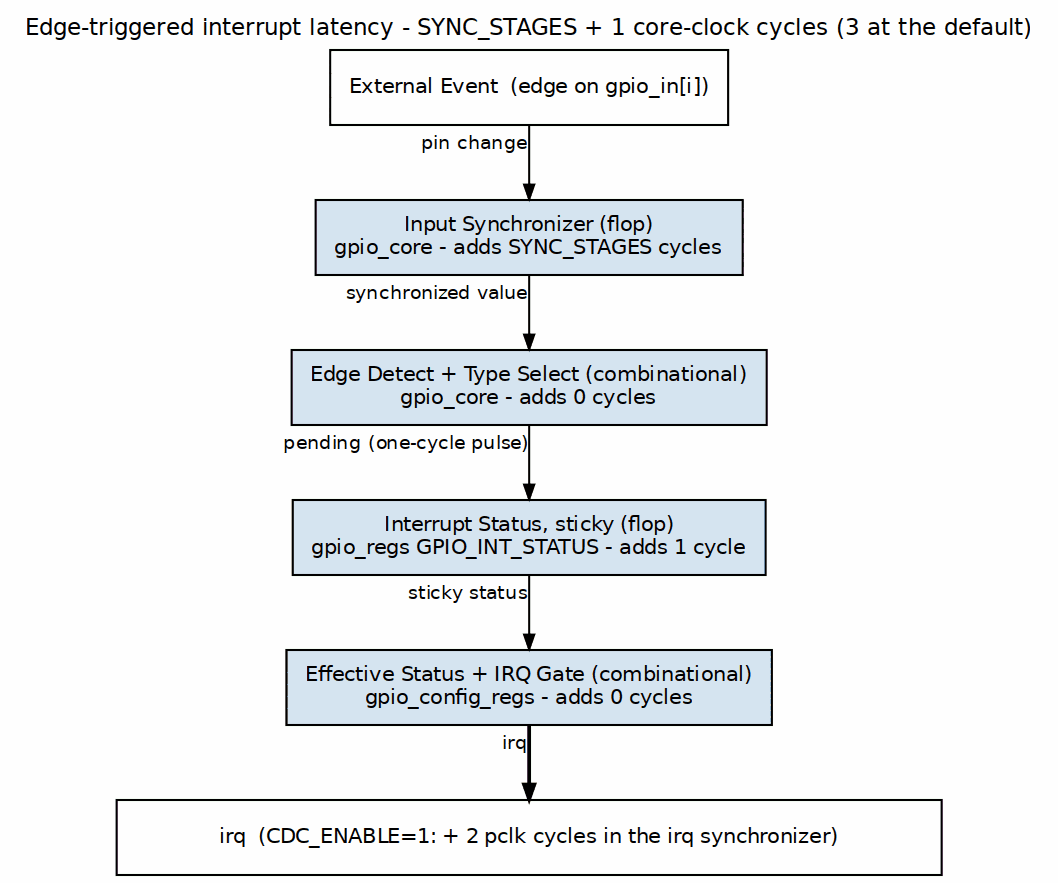
sean-galloway/RTLDesignSherpa keeps this Graphviz diagram as projects/components/legacy-ip/retro_legacy_blocks/docs/gpio_mas/assets/graphviz/gpio_irq_latency_edge.png. Above is the earlier version. Its source is kept beside it as projects/components/legacy-ip/retro_legacy_blocks/docs/gpio_mas/assets/graphviz/gpio_irq_latency_edge.dot.
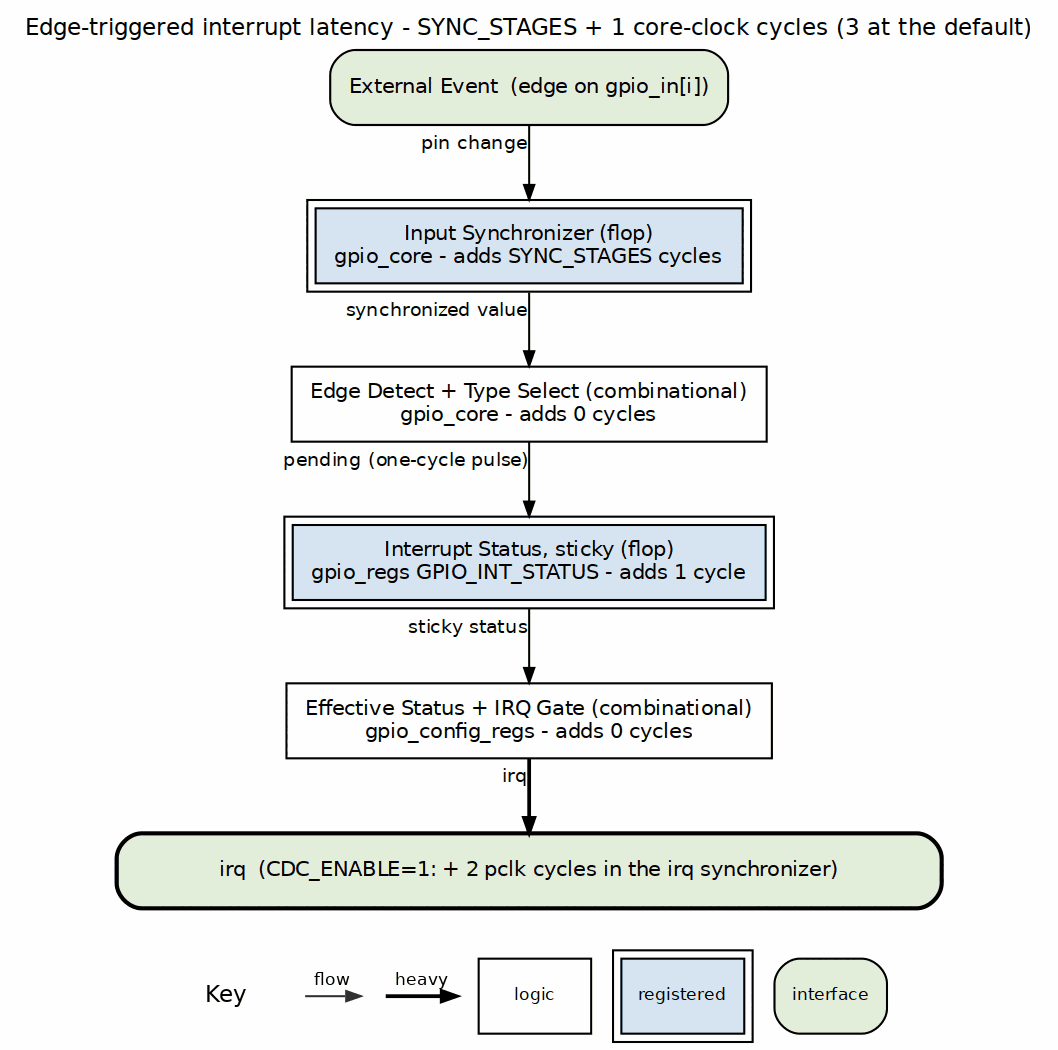
After the change.

The edit, as a diff of the source:
```diff
@@ -3,14 +3,14 @@
            nodesep="0.45", ranksep="0.50", splines=ortho, newrank=true,
            labelloc=t, labeljust=c, label="Edge-triggered interrupt latency - SYNC_STAGES + 1 core-clock cycles (3 at the default)"];
     node  [fontname="Helvetica", fontsize=10, shape=box, style=filled,
-           fillcolor="#D6E4F0", color="black", margin="0.12,0.06"];
+           fillcolor="white", color="black", margin="0.12,0.06"];
     edge  [fontname="Helvetica", fontsize=9, color="black", arrowsize=0.7];
-    pin [label="External Event  (edge on gpio_in[i])", fillcolor="white"];
-    syn [label="Input Synchronizer (flop)\ngpio_core - adds SYNC_STAGES cycles"];
-    det [label="Edge Detect + Type Select (combinational)\ngpio_core - adds 0 cycles"];
-    sts [label="Interrupt Status, sticky (flop)\ngpio_regs GPIO_INT_STATUS - adds 1 cycle"];
-    agg [label="Effective Status + IRQ Gate (combinational)\ngpio_config_regs - adds 0 cycles"];
-    bar [label="irq  (CDC_ENABLE=1: + 2 pclk cycles in the irq synchronizer)", fillcolor="white", width=5.5];
+    pin [label="External Event  (edge on gpio_in[i])", fillcolor="white", style="rounded,filled", fillcolor="#E2EFDA"];
+    syn [label="Input Synchronizer (flop)\ngpio_core - adds SYNC_STAGES cycles", peripheries=2, style="filled", fillcolor="#D6E4F0"];
+    det [label="Edge Detect + Type Select (combinational)\ngpio_core - adds 0 cycles", style="filled", fillcolor="white"];
+    sts [label="Interrupt Status, sticky (flop)\ngpio_regs GPIO_INT_STATUS - adds 1 cycle", peripheries=2, style="filled", fillcolor="#D6E4F0"];
+    agg [label="Effective Status + IRQ Gate (combinational)\ngpio_config_regs - adds 0 cycles", style="filled", fillcolor="white"];
+    bar [label="irq  (CDC_ENABLE=1: + 2 pclk cycles in the irq synchronizer)", fillcolor="white", width=5.5, style="rounded,filled,bold", fillcolor="#E2EFDA"];
     pin -> syn [xlabel="pin change"];
     syn -> det [xlabel="synchronized value"];
     det -> sts [xlabel="pending (one-cycle pulse)"];
```
